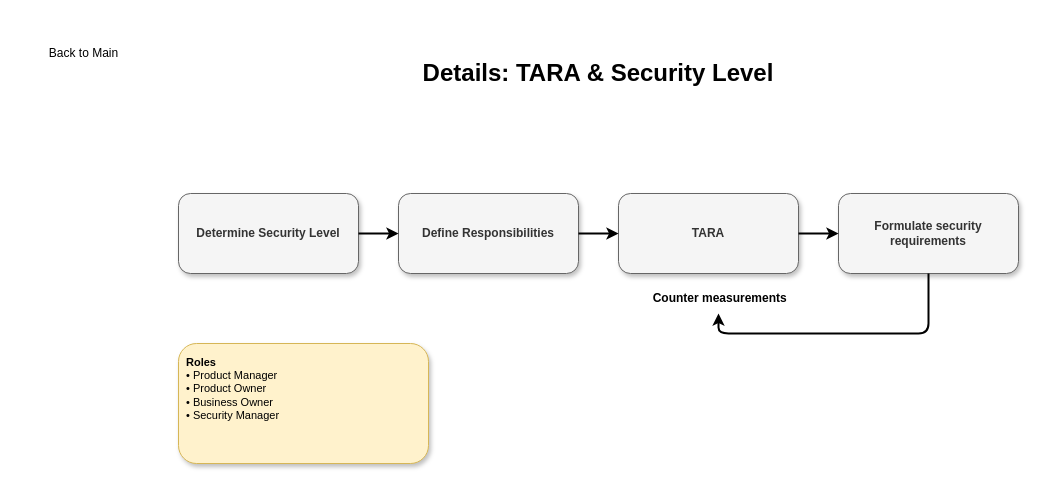
Before: page "2. TARA & Security Level" (3 of 11) of VisualStudioCode/Secure System Development Lifecycle.drawio in nathalienr/Bachelorarbeit, a draw.io diagram. Source tidied: cells renumbered, new cells numbered last; positions are measured from the earlier drawing's top-left corner, leaving out a move shared by most shapes. Both pictures are drawn from the tidied source at 100%, with x=0, y=0 at pixel (33, 33).
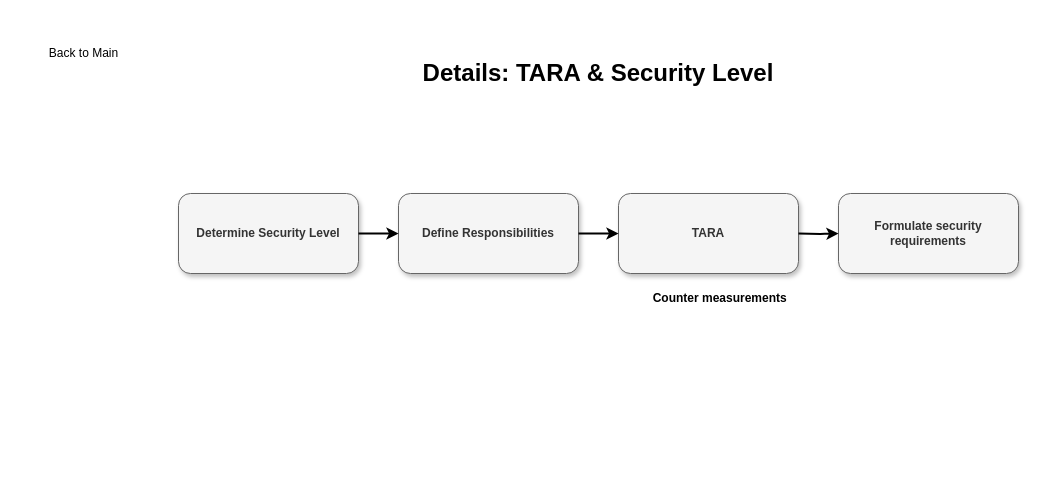
Above is the later version.

Change to the diagram source:
```diff
@@
 <mxGraphModel>
   <root>
     <mxCell id="0" />
     <mxCell id="1" parent="0" />
     <mxCell id="2" value="Back to Main" style="shape=flexArrow;endArrow=classic;html=1;fillColor=#f5f5f5;strokeColor=#666666;cursor=pointer;" parent="1" vertex="1">
       <mxGeometry width="100" height="40" as="geometry" />
     </mxCell>
     <mxCell id="3" value="Details: TARA &amp;amp; Security Level" style="text;html=1;strokeColor=none;fillColor=none;align=center;verticalAlign=middle;whiteSpace=wrap;rounded=0;fontSize=24;fontStyle=1;" parent="1" vertex="1">
       <mxGeometry x="265" y="20" width="600" height="40" as="geometry" />
     </mxCell>
     <mxCell id="4" value="Determine Security Level" style="rounded=1;whiteSpace=wrap;html=1;fillColor=#f5f5f5;strokeColor=#666666;fontStyle=1;shadow=1;fontColor=#333333;" parent="1" vertex="1">
       <mxGeometry x="145" y="160" width="180" height="80" as="geometry" />
     </mxCell>
     <mxCell id="5" value="Define Responsibilities" style="rounded=1;whiteSpace=wrap;html=1;fillColor=#f5f5f5;strokeColor=#666666;fontStyle=1;shadow=1;fontColor=#333333;" parent="1" vertex="1">
       <mxGeometry x="365" y="160" width="180" height="80" as="geometry" />
     </mxCell>
     <mxCell id="6" style="edgeStyle=orthogonalEdgeStyle;rounded=1;jettySize=auto;html=1;strokeWidth=2;" parent="1" edge="1" source="4" target="5">
       <mxGeometry relative="1" as="geometry" />
     </mxCell>
     <mxCell id="7" value="TARA" style="rounded=1;whiteSpace=wrap;html=1;fillColor=#f5f5f5;strokeColor=#666666;fontStyle=1;shadow=1;fontColor=#333333;" parent="1" vertex="1">
       <mxGeometry x="585" y="160" width="180" height="80" as="geometry" />
     </mxCell>
     <mxCell id="8" style="edgeStyle=orthogonalEdgeStyle;rounded=1;jettySize=auto;html=1;strokeWidth=2;" parent="1" edge="1" source="5" target="7">
       <mxGeometry relative="1" as="geometry" />
     </mxCell>
     <mxCell id="9" value="Formulate security requirements" style="rounded=1;whiteSpace=wrap;html=1;fontStyle=1;shadow=1;fillColor=#f5f5f5;fontColor=#333333;strokeColor=#666666;" parent="1" vertex="1">
       <mxGeometry x="805" y="160" width="180" height="80" as="geometry" />
     </mxCell>
-    <mxCell id="10" style="edgeStyle=orthogonalEdgeStyle;rounded=1;jettySize=auto;html=1;strokeWidth=2;" parent="1" edge="1" source="7" target="9">
-      <mxGeometry relative="1" as="geometry" />
+    <mxCell id="10" style="edgeStyle=orthogonalEdgeStyle;rounded=1;jettySize=auto;html=1;strokeWidth=2;" parent="1" edge="1" target="9">
+      <mxGeometry relative="1" as="geometry">
+        <mxPoint x="765" y="200" as="sourcePoint" />
+      </mxGeometry>
     </mxCell>
     <mxCell id="11" value="&lt;b&gt;&amp;nbsp;Counter measurements&lt;/b&gt;" style="text;html=1;whiteSpace=wrap;strokeColor=none;fillColor=none;align=center;verticalAlign=middle;rounded=0;" parent="1" vertex="1">
       <mxGeometry x="605" y="250" width="160" height="30" as="geometry" />
     </mxCell>
-    <mxCell id="12" style="edgeStyle=orthogonalEdgeStyle;rounded=1;jettySize=auto;html=1;strokeWidth=2;exitX=0.5;exitY=1;exitDx=0;exitDy=0;entryX=0.5;entryY=1;entryDx=0;entryDy=0;" parent="1" edge="1" source="9" target="11">
-      <mxGeometry relative="1" as="geometry" />
-    </mxCell>
-    <mxCell id="13" value="&lt;b&gt;Roles&lt;/b&gt;&lt;br&gt;• Product Manager&lt;br&gt;• Product Owner&lt;br&gt;• Business Owner&lt;br&gt;• Security Manager" style="rounded=1;whiteSpace=wrap;html=1;fillColor=#fff2cc;strokeColor=#d6b656;shadow=1;align=left;verticalAlign=top;spacing=8;fontSize=11;" parent="1" vertex="1">
-      <mxGeometry x="145" y="310" width="250" height="120" as="geometry" />
-    </mxCell>
   </root>
 </mxGraphModel>
```
